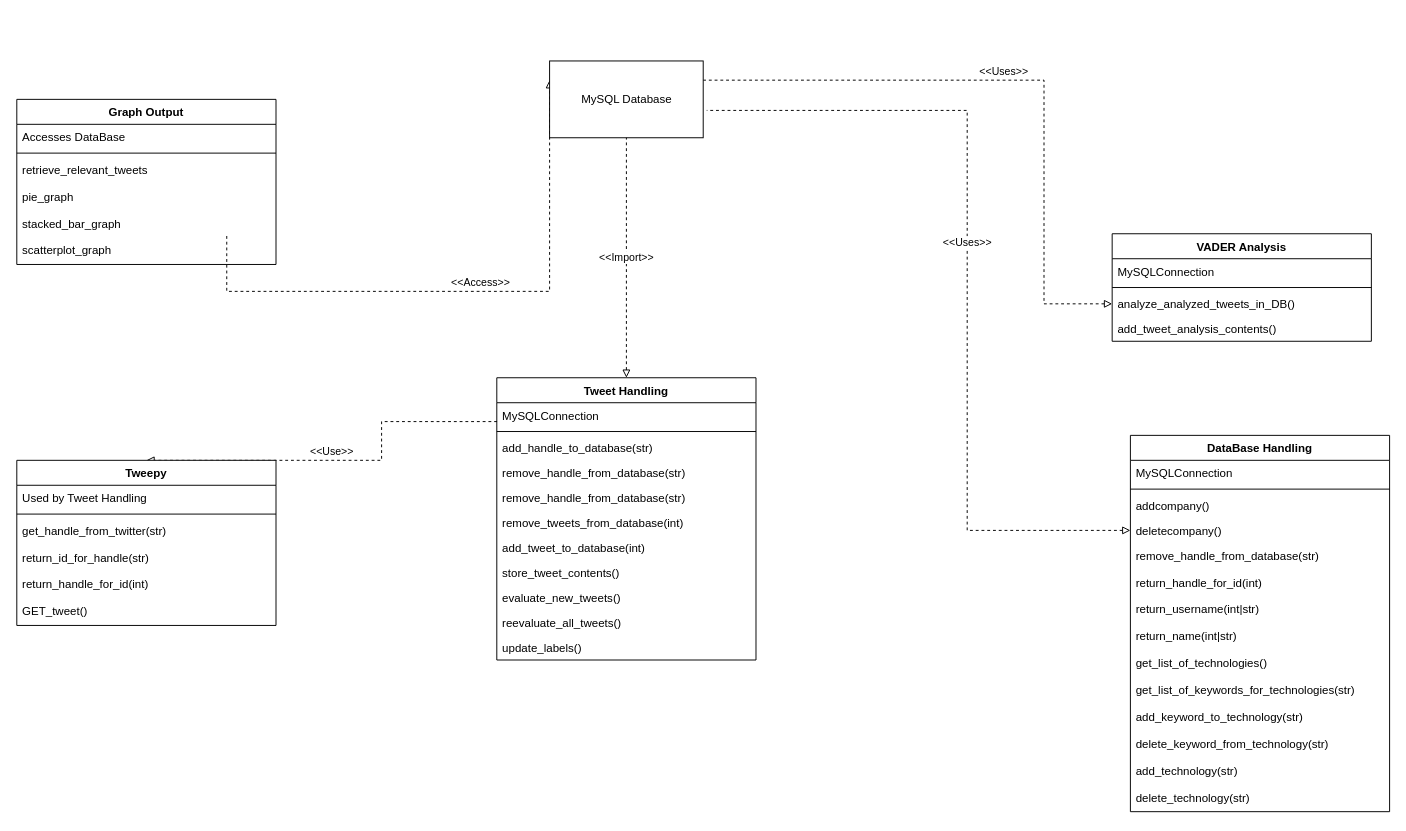
Before: uml/Iteration4SubsystemClassDiagram.drawio in agarcia169/4306-Donaldson-Project, a draw.io diagram. Source tidied: cells renumbered, new cells numbered last; positions are measured from the earlier drawing's top-left corner, leaving out a move shared by most shapes. Both pictures are drawn from the tidied source at 96%, with x=0, y=0 at pixel (16, 60).
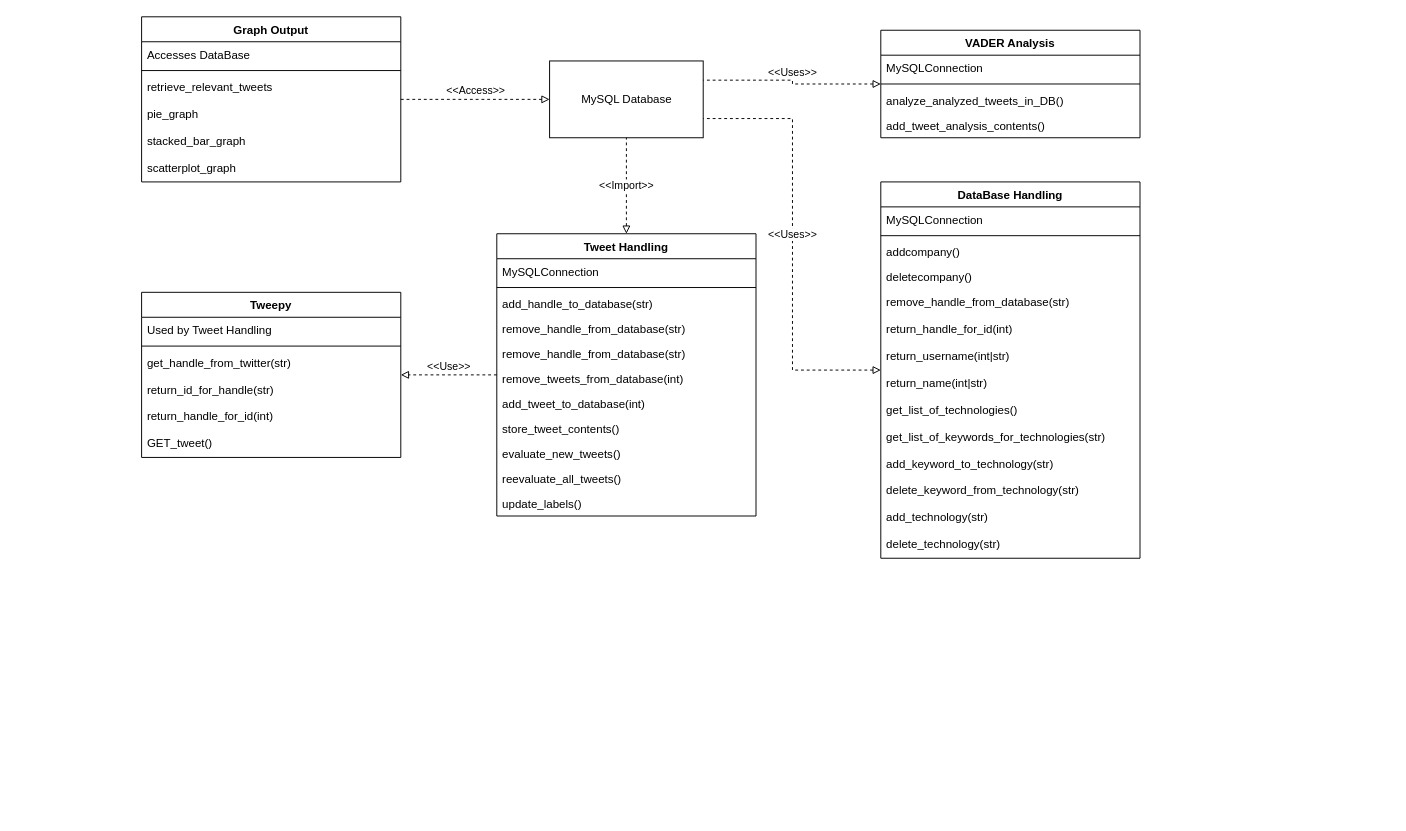
The same page after the edit.

Unchanged cells that the change refers to:
```xml
<mxCell id="18" value="scatterplot_graph" style="text;strokeColor=none;fillColor=none;align=left;verticalAlign=top;spacingLeft=4;spacingRight=4;overflow=hidden;points=[[0,0.5],[1,0.5]];portConstraint=eastwest;" parent="12" vertex="1">
  <mxGeometry y="144" width="270" height="28" as="geometry" />
</mxCell>
<mxCell id="20" value="MySQLConnection" style="text;strokeColor=none;fillColor=none;align=left;verticalAlign=top;spacingLeft=4;spacingRight=4;overflow=hidden;points=[[0,0.5],[1,0.5]];portConstraint=eastwest;" parent="19" vertex="1">
  <mxGeometry y="26" width="270" height="26" as="geometry" />
</mxCell>
<mxCell id="34" value="analyze_analyzed_tweets_in_DB()" style="text;strokeColor=none;fillColor=none;align=left;verticalAlign=top;spacingLeft=4;spacingRight=4;overflow=hidden;points=[[0,0.5],[1,0.5]];portConstraint=eastwest;" parent="31" vertex="1">
  <mxGeometry y="60" width="270" height="26" as="geometry" />
</mxCell>
<mxCell id="40" value="deletecompany()" style="text;strokeColor=none;fillColor=none;align=left;verticalAlign=top;spacingLeft=4;spacingRight=4;overflow=hidden;points=[[0,0.5],[1,0.5]];portConstraint=eastwest;" parent="36" vertex="1">
  <mxGeometry y="86" width="270" height="26" as="geometry" />
</mxCell>
<mxCell id="52" value="MySQL Database" style="html=1;" parent="1" vertex="1">
  <mxGeometry x="555" width="160" height="80" as="geometry" />
</mxCell>
```

Diff of the diagram source:
```diff
@@
-    <mxCell id="2" value="&amp;lt;&amp;lt;Access&amp;gt;&amp;gt;" style="endArrow=block;dashed=1;html=1;rounded=0;strokeWidth=1;edgeStyle=elbowEdgeStyle;startArrow=none;startFill=0;endFill=0;labelPosition=center;verticalLabelPosition=top;align=center;verticalAlign=bottom;strokeColor=default;exitX=0.81;exitY=-0.06;exitDx=0;exitDy=0;entryX=0;entryY=0.25;entryDx=0;entryDy=0;exitPerimeter=0;" parent="1" edge="1" source="18" target="52">
-      <mxGeometry x="0.05" relative="1" as="geometry">
-        <Array as="points">
-          <mxPoint x="410" y="240" />
-        </Array>
-      </mxGeometry>
+    <mxCell id="2" value="&amp;lt;&amp;lt;Access&amp;gt;&amp;gt;" style="endArrow=block;dashed=1;html=1;rounded=0;strokeWidth=1;edgeStyle=elbowEdgeStyle;startArrow=none;startFill=0;endFill=0;labelPosition=center;verticalLabelPosition=top;align=center;verticalAlign=bottom;strokeColor=default;" parent="1" edge="1" source="12" target="52">
+      <mxGeometry relative="1" as="geometry" />
     </mxCell>
-    <mxCell id="3" value="&lt;div&gt;&amp;lt;&amp;lt;Use&amp;gt;&amp;gt;&lt;/div&gt;" style="endArrow=block;dashed=1;html=1;rounded=0;strokeWidth=1;edgeStyle=elbowEdgeStyle;startArrow=none;startFill=0;endFill=0;labelPosition=center;verticalLabelPosition=top;align=center;verticalAlign=bottom;strokeColor=default;entryX=0.5;entryY=0;entryDx=0;entryDy=0;exitX=0.001;exitY=0.756;exitDx=0;exitDy=0;exitPerimeter=0;" parent="1" edge="1" source="20" target="5">
-      <mxGeometry x="0.05" relative="1" as="geometry">
-        <Array as="points">
-          <mxPoint x="380" y="370" />
-          <mxPoint x="320" y="300" />
-          <mxPoint x="270" y="320" />
-        </Array>
-      </mxGeometry>
+    <mxCell id="3" value="&lt;div&gt;&amp;lt;&amp;lt;Use&amp;gt;&amp;gt;&lt;/div&gt;" style="endArrow=block;dashed=1;html=1;rounded=0;strokeWidth=1;edgeStyle=elbowEdgeStyle;startArrow=none;startFill=0;endFill=0;labelPosition=center;verticalLabelPosition=top;align=center;verticalAlign=bottom;strokeColor=default;" parent="1" edge="1" source="19" target="5">
+      <mxGeometry relative="1" as="geometry" />
     </mxCell>
-    <mxCell id="4" value="&amp;lt;&amp;lt;Uses&amp;gt;&amp;gt;" style="endArrow=none;dashed=1;html=1;rounded=0;strokeWidth=1;edgeStyle=elbowEdgeStyle;startArrow=block;startFill=0;endFill=0;labelPosition=center;verticalLabelPosition=top;align=center;verticalAlign=bottom;strokeColor=default;entryX=1.023;entryY=0.644;entryDx=0;entryDy=0;entryPerimeter=0;" parent="1" edge="1" source="40" target="52">
-      <mxGeometry x="0.05" relative="1" as="geometry">
-        <Array as="points">
-          <mxPoint x="990" y="370" />
-          <mxPoint x="830" y="420" />
-        </Array>
-      </mxGeometry>
+    <mxCell id="4" value="&amp;lt;&amp;lt;Uses&amp;gt;&amp;gt;" style="endArrow=none;dashed=1;html=1;rounded=0;strokeWidth=1;edgeStyle=elbowEdgeStyle;startArrow=block;startFill=0;endFill=0;labelPosition=center;verticalLabelPosition=top;align=center;verticalAlign=bottom;strokeColor=default;entryX=1;entryY=0.75;entryDx=0;entryDy=0;" parent="1" edge="1" source="36" target="52">
+      <mxGeometry relative="1" as="geometry" />
     </mxCell>
     <mxCell id="5" value="Tweepy" style="swimlane;fontStyle=1;align=center;verticalAlign=top;horizontal=1;startSize=26;" parent="1" vertex="1">
-      <mxGeometry y="416" width="270" height="172" as="geometry" />
+      <mxGeometry x="130" y="241" width="270" height="172" as="geometry" />
     </mxCell>
@@
     <mxCell id="12" value="Graph Output" style="swimlane;fontStyle=1;align=center;verticalAlign=top;horizontal=1;startSize=26;" parent="1" vertex="1">
-      <mxGeometry y="40" width="270" height="172" as="geometry" />
+      <mxGeometry x="130" y="-46" width="270" height="172" as="geometry" />
     </mxCell>
@@
     <mxCell id="19" value="Tweet Handling" style="swimlane;fontStyle=1;align=center;verticalAlign=top;horizontal=1;startSize=26;" parent="1" vertex="1">
-      <mxGeometry x="500" y="330" width="270" height="294" as="geometry" />
+      <mxGeometry x="500" y="180" width="270" height="294" as="geometry" />
     </mxCell>
@@
     <mxCell id="31" value="VADER Analysis" style="swimlane;fontStyle=1;align=center;verticalAlign=top;horizontal=1;startSize=26;" parent="1" vertex="1">
-      <mxGeometry x="1141" y="180" width="270" height="112" as="geometry" />
+      <mxGeometry x="900" y="-32" width="270" height="112" as="geometry" />
     </mxCell>
@@
     <mxCell id="36" value="DataBase Handling" style="swimlane;fontStyle=1;align=center;verticalAlign=top;horizontal=1;startSize=26;" parent="1" vertex="1">
-      <mxGeometry x="1160" y="390" width="270" height="392" as="geometry" />
+      <mxGeometry x="900" y="126" width="270" height="392" as="geometry" />
     </mxCell>
@@
-    <mxCell id="51" value="&amp;lt;&amp;lt;Uses&amp;gt;&amp;gt;" style="endArrow=none;dashed=1;html=1;rounded=0;strokeWidth=1;edgeStyle=elbowEdgeStyle;startArrow=block;startFill=0;endFill=0;labelPosition=center;verticalLabelPosition=top;align=center;verticalAlign=bottom;strokeColor=default;entryX=1;entryY=0.25;entryDx=0;entryDy=0;" parent="1" edge="1" source="34" target="52">
-      <mxGeometry x="0.05" relative="1" as="geometry">
-        <Array as="points">
-          <mxPoint x="1070" y="190" />
-          <mxPoint x="1000" y="380" />
-          <mxPoint x="840" y="430" />
-        </Array>
-      </mxGeometry>
+    <mxCell id="51" value="&amp;lt;&amp;lt;Uses&amp;gt;&amp;gt;" style="endArrow=none;dashed=1;html=1;rounded=0;strokeWidth=1;edgeStyle=elbowEdgeStyle;startArrow=block;startFill=0;endFill=0;labelPosition=center;verticalLabelPosition=top;align=center;verticalAlign=bottom;strokeColor=default;entryX=1;entryY=0.25;entryDx=0;entryDy=0;" parent="1" edge="1" source="31" target="52">
+      <mxGeometry relative="1" as="geometry" />
     </mxCell>
```
